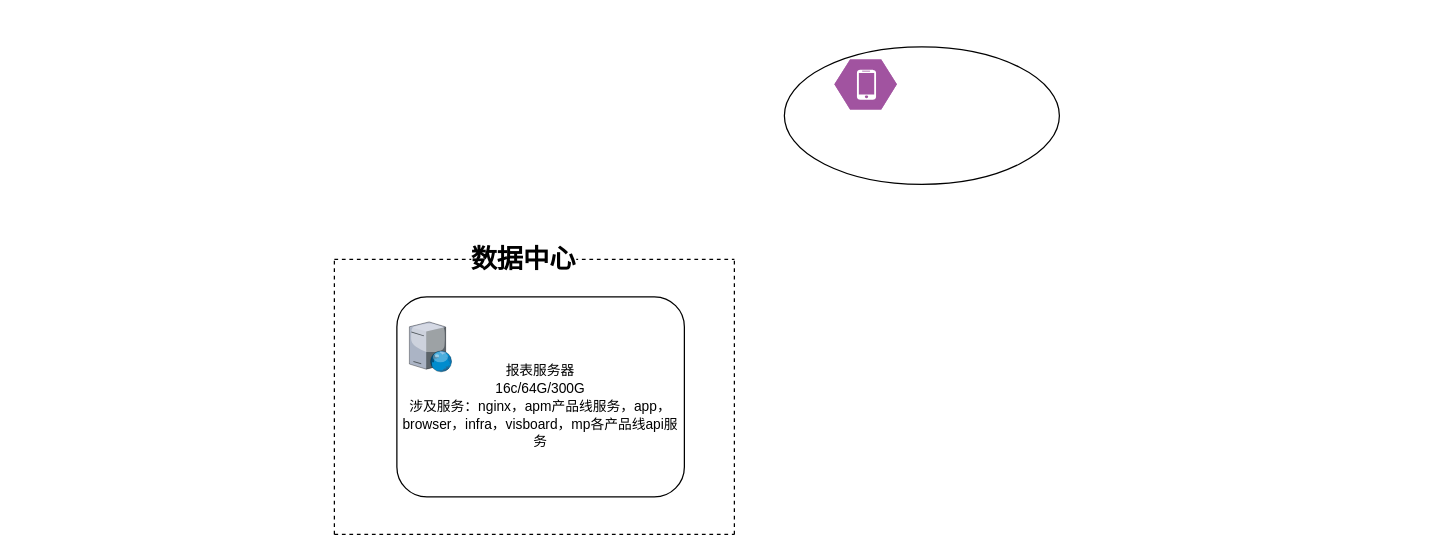
Earlier version of the draw.io diagram 联合利华.drawio (zeng0550/free-programming-books). Source tidied: cells renumbered, new cells numbered last; positions are measured from the earlier drawing's top-left corner, leaving out a move shared by most shapes. Both pictures are drawn from the tidied source at 125%, with x=0, y=0 at pixel (334, 46).
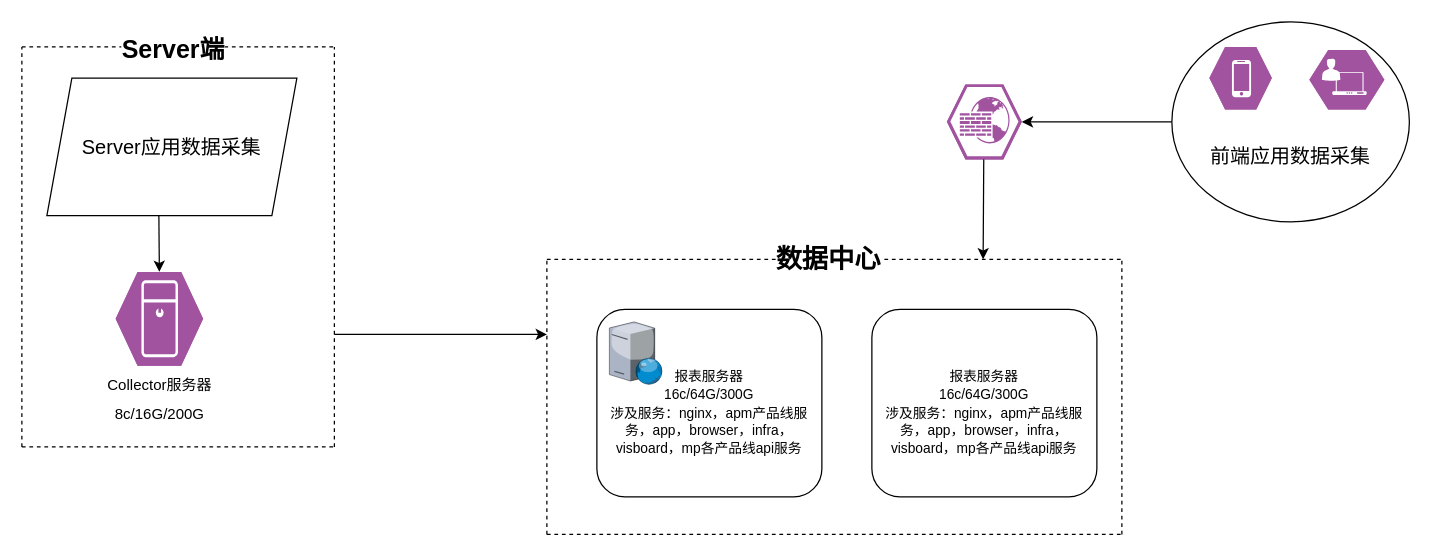
The same page after the edit.

Commit message (it also covers changes not shown here):
更新联合利华.drawio

What changed in the source:
```diff
@@
     <mxCell id="2" value="&lt;font style=&quot;font-size: 11px;&quot;&gt;&lt;br style=&quot;font-size: 11px;&quot;&gt;&lt;font style=&quot;font-size: 11px;&quot;&gt;&lt;font style=&quot;font-size: 11px;&quot;&gt;报表服务器&lt;br style=&quot;font-size: 11px;&quot;&gt;16c/64G/300G&lt;br style=&quot;font-size: 11px;&quot;&gt;涉及服务&lt;/font&gt;&lt;span style=&quot;font-size: 11px;&quot;&gt;：nginx，apm产品线服务，app，browser，infra，visboard，mp各产品线api服务&lt;/span&gt;&lt;/font&gt;&lt;/font&gt;" style="rounded=1;whiteSpace=wrap;html=1;" parent="1" vertex="1">
-      <mxGeometry x="50" y="200" width="230" height="160" as="geometry" />
+      <mxGeometry x="210" y="210" width="180" height="150" as="geometry" />
     </mxCell>
     <mxCell id="3" style="verticalLabelPosition=bottom;sketch=0;html=1;verticalAlign=top;strokeColor=none;align=center;shape=mxgraph.citrix.web_server;" parent="1" vertex="1">
-      <mxGeometry x="60" y="220" width="34" height="40" as="geometry" />
+      <mxGeometry x="220" y="220" width="42.5" height="50" as="geometry" />
     </mxCell>
     <mxCell id="4" style="endArrow=none;dashed=1;html=1;rounded=0;fontSize=11;" parent="1" edge="1">
       <mxGeometry relative="1" as="geometry">
-        <mxPoint y="390" as="sourcePoint" />
-        <mxPoint y="170" as="targetPoint" />
+        <mxPoint x="170" y="390" as="sourcePoint" />
+        <mxPoint x="170" y="170" as="targetPoint" />
       </mxGeometry>
     </mxCell>
     <mxCell id="5" style="endArrow=none;dashed=1;html=1;rounded=0;fontSize=11;" parent="1" edge="1">
       <mxGeometry relative="1" as="geometry">
-        <mxPoint x="320" y="390" as="sourcePoint" />
-        <mxPoint x="320" y="170" as="targetPoint" />
+        <mxPoint x="630" y="390" as="sourcePoint" />
+        <mxPoint x="630" y="170" as="targetPoint" />
       </mxGeometry>
     </mxCell>
     <mxCell id="6" style="endArrow=none;dashed=1;html=1;rounded=0;fontSize=11;" parent="1" edge="1">
       <mxGeometry relative="1" as="geometry">
-        <mxPoint y="170" as="sourcePoint" />
-        <mxPoint x="320" y="170" as="targetPoint" />
+        <mxPoint x="170" y="170" as="sourcePoint" />
+        <mxPoint x="630" y="170" as="targetPoint" />
       </mxGeometry>
     </mxCell>
@@
     <mxCell id="8" style="endArrow=none;dashed=1;html=1;rounded=0;fontSize=11;" parent="1" edge="1">
       <mxGeometry relative="1" as="geometry">
-        <mxPoint y="390" as="sourcePoint" />
-        <mxPoint x="320" y="390" as="targetPoint" />
+        <mxPoint x="170" y="390" as="sourcePoint" />
+        <mxPoint x="630" y="390" as="targetPoint" />
       </mxGeometry>
     </mxCell>
-    <mxCell id="9" style="ellipse;whiteSpace=wrap;html=1;fontSize=21;" parent="1" vertex="1">
-      <mxGeometry x="360" width="220" height="110" as="geometry" />
+    <mxCell id="9" value="&lt;font style=&quot;font-size: 16px;&quot;&gt;&lt;br&gt;&lt;br&gt;前端应用数据采集&lt;/font&gt;" style="ellipse;whiteSpace=wrap;html=1;fontSize=21;" parent="1" vertex="1">
+      <mxGeometry x="670" y="-20" width="190" height="160" as="geometry" />
     </mxCell>
     <mxCell id="10" style="verticalLabelPosition=bottom;sketch=0;html=1;fillColor=#A153A0;strokeColor=#ffffff;verticalAlign=top;align=center;shape=mxgraph.cisco_safe.compositeIcon;bgIcon=mxgraph.cisco_safe.design.blank_device;resIcon=mxgraph.cisco_safe.design.mobile_device;fontSize=21;" parent="1" vertex="1">
-      <mxGeometry x="400" y="10" width="50" height="40" as="geometry" />
+      <mxGeometry x="700" width="50" height="50" as="geometry" />
     </mxCell>
+    <mxCell id="11" style="verticalLabelPosition=bottom;sketch=0;html=1;fillColor=#A153A0;strokeColor=#ffffff;verticalAlign=top;align=center;shape=mxgraph.cisco_safe.compositeIcon;bgIcon=mxgraph.cisco_safe.design.blank_device;resIcon=mxgraph.cisco_safe.design.corporate_device;fontSize=19;" parent="1" vertex="1">
+      <mxGeometry x="780" y="2.5" width="60" height="47.5" as="geometry" />
+    </mxCell>
+    <mxCell id="12" value="&lt;font style=&quot;font-size: 16px;&quot;&gt;Server应用数据采集&lt;/font&gt;" style="shape=parallelogram;perimeter=parallelogramPerimeter;whiteSpace=wrap;html=1;fixedSize=1;fontSize=19;" parent="1" vertex="1">
+      <mxGeometry x="-230" y="25" width="200" height="110" as="geometry" />
+    </mxCell>
+    <mxCell id="13" style="verticalLabelPosition=bottom;sketch=0;html=1;fillColor=#A153A0;strokeColor=#ffffff;verticalAlign=top;align=center;shape=mxgraph.cisco_safe.compositeIcon;bgIcon=mxgraph.cisco_safe.design.blank_device;resIcon=mxgraph.cisco_safe.design.server_2;fontSize=19;" parent="1" vertex="1">
+      <mxGeometry x="-175" y="180" width="70" height="75" as="geometry" />
+    </mxCell>
+    <mxCell id="14" value="&lt;font style=&quot;font-size: 12px;&quot;&gt;Collector服务器&lt;br&gt;8c/16G/200G&lt;/font&gt;" style="text;html=1;align=center;verticalAlign=middle;strokeColor=none;fillColor=none;fontSize=19;" parent="1" vertex="1">
+      <mxGeometry x="-190" y="250" width="100" height="60" as="geometry" />
+    </mxCell>
+    <mxCell id="15" style="endArrow=classic;html=1;rounded=0;fontSize=16;" parent="1" edge="1">
+      <mxGeometry relative="1" as="geometry">
+        <mxPoint x="-140.4" y="135" as="sourcePoint" />
+        <mxPoint x="-140" y="180" as="targetPoint" />
+      </mxGeometry>
+    </mxCell>
+    <mxCell id="16" style="endArrow=none;dashed=1;html=1;rounded=0;fontSize=11;" parent="1" edge="1">
+      <mxGeometry relative="1" as="geometry">
+        <mxPoint x="-250" y="320" as="sourcePoint" />
+        <mxPoint x="-250" as="targetPoint" />
+      </mxGeometry>
+    </mxCell>
+    <mxCell id="17" style="endArrow=none;dashed=1;html=1;rounded=0;fontSize=11;" parent="1" edge="1">
+      <mxGeometry relative="1" as="geometry">
+        <mxPoint y="320" as="sourcePoint" />
+        <mxPoint as="targetPoint" />
+      </mxGeometry>
+    </mxCell>
+    <mxCell id="18" style="endArrow=none;dashed=1;html=1;rounded=0;fontSize=11;" parent="1" edge="1">
+      <mxGeometry relative="1" as="geometry">
+        <mxPoint x="-250" as="sourcePoint" />
+        <mxPoint as="targetPoint" />
+      </mxGeometry>
+    </mxCell>
+    <mxCell id="19" value="&lt;b&gt;Server端&lt;/b&gt;" style="edgeLabel;html=1;align=center;verticalAlign=middle;fontSize=20;" parent="18" vertex="1">
+      <mxGeometry x="-0.17" y="-1" relative="1" as="geometry">
+        <mxPoint x="16" y="-1" as="offset" />
+      </mxGeometry>
+    </mxCell>
+    <mxCell id="20" style="endArrow=none;dashed=1;html=1;rounded=0;fontSize=11;" parent="1" edge="1">
+      <mxGeometry relative="1" as="geometry">
+        <mxPoint x="-250" y="320" as="sourcePoint" />
+        <mxPoint y="320" as="targetPoint" />
+      </mxGeometry>
+    </mxCell>
+    <mxCell id="21" style="endArrow=classic;html=1;rounded=0;fontSize=20;" parent="1" edge="1">
+      <mxGeometry relative="1" as="geometry">
+        <mxPoint y="230" as="sourcePoint" />
+        <mxPoint x="170" y="230" as="targetPoint" />
+      </mxGeometry>
+    </mxCell>
+    <mxCell id="22" value="&lt;font style=&quot;font-size: 11px;&quot;&gt;&lt;br style=&quot;font-size: 11px;&quot;&gt;&lt;font style=&quot;font-size: 11px;&quot;&gt;&lt;font style=&quot;font-size: 11px;&quot;&gt;报表服务器&lt;br style=&quot;font-size: 11px;&quot;&gt;16c/64G/300G&lt;br style=&quot;font-size: 11px;&quot;&gt;涉及服务&lt;/font&gt;&lt;span style=&quot;font-size: 11px;&quot;&gt;：nginx，apm产品线服务，app，browser，infra，visboard，mp各产品线api服务&lt;/span&gt;&lt;/font&gt;&lt;/font&gt;" style="rounded=1;whiteSpace=wrap;html=1;" parent="1" vertex="1">
+      <mxGeometry x="430" y="210" width="180" height="150" as="geometry" />
+    </mxCell>
+    <mxCell id="23" style="verticalLabelPosition=bottom;sketch=0;html=1;fillColor=#A153A0;strokeColor=#ffffff;verticalAlign=top;align=center;points=[[0,0.5,0],[0.125,0.25,0],[0.25,0,0],[0.5,0,0],[0.75,0,0],[0.875,0.25,0],[1,0.5,0],[0.875,0.75,0],[0.75,1,0],[0.5,1,0],[0.125,0.75,0]];shape=mxgraph.cisco_safe.compositeIcon;bgIcon=mxgraph.cisco_safe.design.blank_device;resIcon=mxgraph.cisco_safe.design.web_application_firewall_2;fontSize=20;" parent="1" vertex="1">
+      <mxGeometry x="490" y="30" width="60" height="60" as="geometry" />
+    </mxCell>
+    <mxCell id="24" style="endArrow=classic;html=1;rounded=0;fontSize=20;exitX=0;exitY=0.5;exitDx=0;exitDy=0;entryX=1;entryY=0.5;entryDx=0;entryDy=0;entryPerimeter=0;" parent="1" edge="1" source="9" target="23">
+      <mxGeometry relative="1" as="geometry" />
+    </mxCell>
+    <mxCell id="25" style="endArrow=classic;html=1;rounded=0;fontSize=20;" parent="1" edge="1">
+      <mxGeometry relative="1" as="geometry">
+        <mxPoint x="519.5" y="90" as="sourcePoint" />
+        <mxPoint x="519" y="170" as="targetPoint" />
+      </mxGeometry>
+    </mxCell>
```
